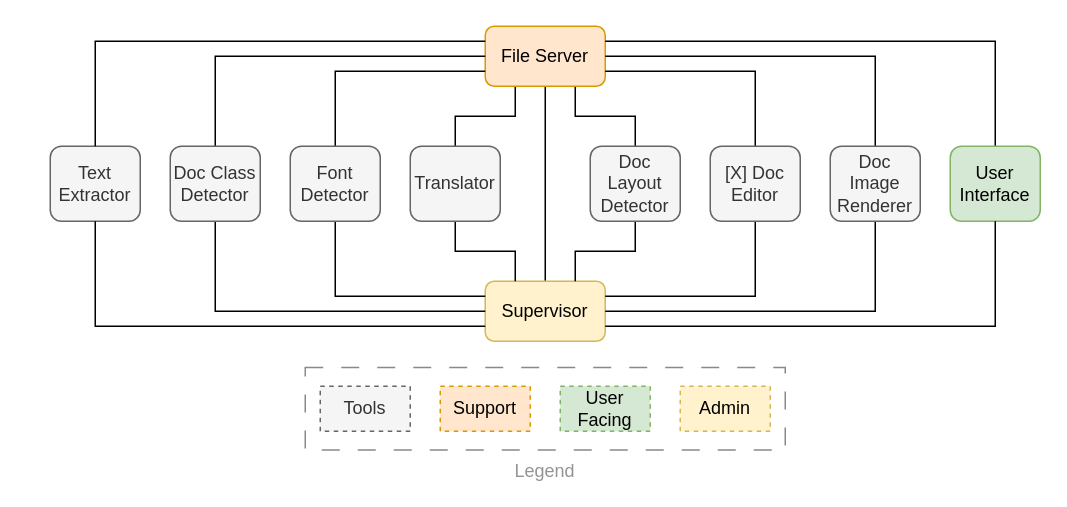
This is docs/report/graphics/adl-report.drawio from luroess/traenslenzor, a draw.io file, before an edit. Source tidied: cells renumbered, new cells numbered last; positions are measured from the earlier drawing's top-left corner, leaving out a move shared by most shapes. Both pictures are drawn from the tidied source at 150%, with x=0, y=0 at pixel (50, 26).
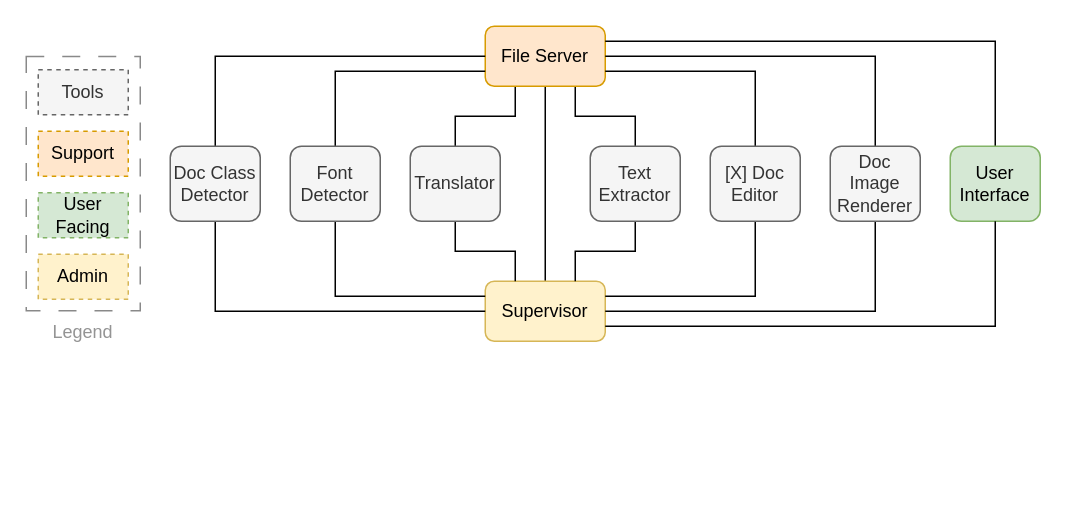
The same page after the edit.

Commit message (it also covers changes not shown here):
[doc] remove layout detector from architecture diagram

Unchanged cells that the change refers to:
```xml
<mxCell id="5" value="File Server" style="rounded=1;whiteSpace=wrap;html=1;fillColor=#ffe6cc;strokeColor=#d79b00;" parent="1" vertex="1">
  <mxGeometry x="290" width="80" height="40" as="geometry" />
</mxCell>
<mxCell id="6" value="Supervisor" style="rounded=1;whiteSpace=wrap;html=1;fillColor=#fff2cc;strokeColor=#d6b656;" parent="1" vertex="1">
  <mxGeometry x="290" y="170" width="80" height="40" as="geometry" />
</mxCell>
```

The edit, as a diff of the source:
```diff
@@
+    <mxCell id="33" value="&lt;font style=&quot;color: light-dark(rgb(148, 148, 148), rgb(237, 237, 237));&quot;&gt;Legend&lt;/font&gt;" style="rounded=0;whiteSpace=wrap;html=1;align=center;labelPosition=center;verticalLabelPosition=bottom;verticalAlign=top;labelBackgroundColor=none;fillColor=none;dashed=1;dashPattern=12 12;strokeColor=#898989;" parent="1" vertex="1">
+      <mxGeometry x="-16" y="20.2" width="76" height="169.5" as="geometry" />
+    </mxCell>
@@
-    <mxCell id="7" value="Text Extractor" style="rounded=1;whiteSpace=wrap;html=1;fillColor=#f5f5f5;fontColor=#333333;strokeColor=#666666;" parent="1" vertex="1">
-      <mxGeometry y="80" width="60" height="50" as="geometry" />
-    </mxCell>
@@
-    <mxCell id="12" value="Doc Layout Detector" style="rounded=1;whiteSpace=wrap;html=1;fillColor=#f5f5f5;fontColor=#333333;strokeColor=#666666;" parent="1" vertex="1">
+    <mxCell id="12" value="Text Extractor" style="rounded=1;whiteSpace=wrap;html=1;fillColor=#f5f5f5;fontColor=#333333;strokeColor=#666666;" parent="1" vertex="1">
       <mxGeometry x="360" y="80" width="60" height="50" as="geometry" />
     </mxCell>
@@
-    <mxCell id="20" style="edgeStyle=none;rounded=0;jettySize=auto;html=1;exitX=0.5;exitY=0;exitDx=0;exitDy=0;entryX=0;entryY=0.25;entryDx=0;entryDy=0;endArrow=none;endFill=0;" parent="1" edge="1" source="7" target="5">
-      <mxGeometry relative="1" as="geometry">
-        <Array as="points">
-          <mxPoint x="30" y="10" />
-          <mxPoint x="95" y="10" />
-        </Array>
-      </mxGeometry>
-    </mxCell>
-    <mxCell id="21" style="edgeStyle=none;rounded=0;jettySize=auto;html=1;exitX=0.5;exitY=1;exitDx=0;exitDy=0;entryX=0;entryY=0.75;entryDx=0;entryDy=0;endArrow=none;endFill=0;" parent="1" edge="1" source="7" target="6">
-      <mxGeometry relative="1" as="geometry">
-        <Array as="points">
-          <mxPoint x="30" y="200" />
-        </Array>
-      </mxGeometry>
-    </mxCell>
@@
     <mxCell id="29" value="Tools" style="rounded=0;whiteSpace=wrap;html=1;fillColor=#f5f5f5;fontColor=#333333;strokeColor=#666666;dashed=1;" parent="1" vertex="1">
-      <mxGeometry x="180" y="240" width="60" height="30" as="geometry" />
+      <mxGeometry x="-8" y="29" width="60" height="30" as="geometry" />
     </mxCell>
     <mxCell id="30" value="Support" style="rounded=0;whiteSpace=wrap;html=1;fillColor=#ffe6cc;strokeColor=#d79b00;dashed=1;" parent="1" vertex="1">
-      <mxGeometry x="260" y="240" width="60" height="30" as="geometry" />
+      <mxGeometry x="-8" y="70" width="60" height="30" as="geometry" />
     </mxCell>
     <mxCell id="31" value="User Facing" style="rounded=0;whiteSpace=wrap;html=1;fillColor=#d5e8d4;strokeColor=#82b366;dashed=1;" parent="1" vertex="1">
-      <mxGeometry x="340" y="240" width="60" height="30" as="geometry" />
+      <mxGeometry x="-8" y="111" width="60" height="30" as="geometry" />
     </mxCell>
     <mxCell id="32" value="Admin" style="rounded=0;whiteSpace=wrap;html=1;fillColor=#fff2cc;strokeColor=#d6b656;dashed=1;" parent="1" vertex="1">
-      <mxGeometry x="420" y="240" width="60" height="30" as="geometry" />
+      <mxGeometry x="-8" y="152" width="60" height="30" as="geometry" />
     </mxCell>
-    <mxCell id="33" value="&lt;font style=&quot;color: light-dark(rgb(148, 148, 148), rgb(237, 237, 237));&quot;&gt;Legend&lt;/font&gt;" style="rounded=0;whiteSpace=wrap;html=1;align=center;labelPosition=center;verticalLabelPosition=bottom;verticalAlign=top;labelBackgroundColor=none;fillColor=none;dashed=1;dashPattern=12 12;strokeColor=#898989;" parent="1" vertex="1">
-      <mxGeometry x="170" y="227.5" width="320" height="55" as="geometry" />
-    </mxCell>
```
